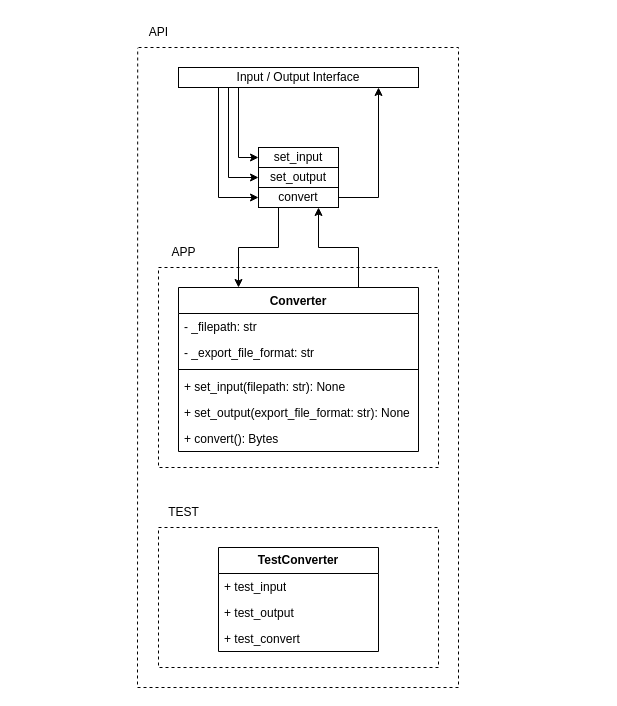
Earlier version of the draw.io diagram page "API_TEST" (3 of 4) of _readme/Diagram.drawio (ames0k0/TP--Audio-File-Converter). Source tidied: cells renumbered, new cells numbered last; positions are measured from the earlier drawing's top-left corner, leaving out a move shared by most shapes. Both pictures are drawn from the tidied source at 100%, with x=0, y=0 at pixel (137, 17).
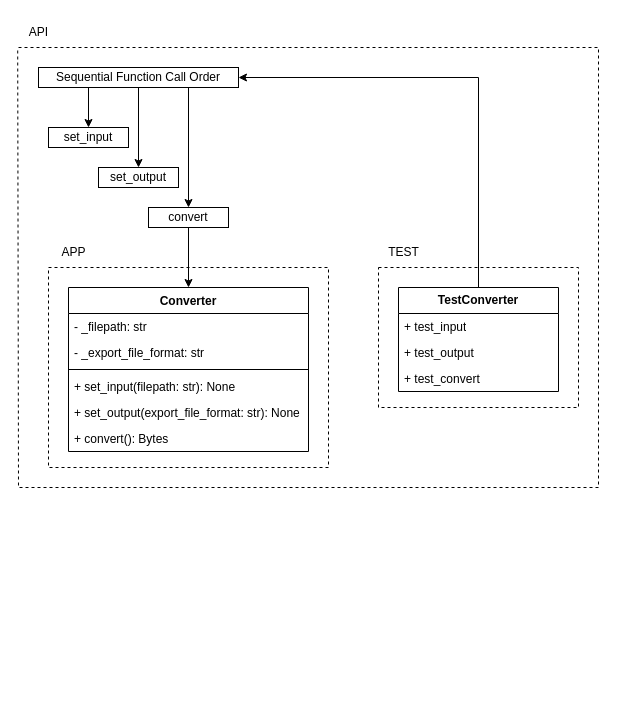
The same page after the edit.

Change to the diagram source:
```diff
@@
     <mxCell id="2" style="endArrow=none;dashed=1;html=1;rounded=0;entryX=-0.02;entryY=1.013;entryDx=0;entryDy=0;entryPerimeter=0;" parent="1" edge="1" target="3">
       <mxGeometry relative="1" as="geometry">
-        <mxPoint x="1" y="30" as="sourcePoint" />
+        <mxPoint x="-119" y="30" as="sourcePoint" />
         <Array as="points">
-          <mxPoint x="321" y="30" />
-          <mxPoint x="321" y="670" />
-          <mxPoint y="670" />
+          <mxPoint x="461" y="30" />
+          <mxPoint x="461" y="350" />
+          <mxPoint x="461" y="470" />
+          <mxPoint x="161" y="470" />
+          <mxPoint x="-119" y="470" />
         </Array>
       </mxGeometry>
     </mxCell>
     <mxCell id="3" value="API" style="text;html=1;align=center;verticalAlign=middle;points=[];strokeColor=none;fillColor=none;" parent="1" vertex="1">
-      <mxGeometry x="1" width="40" height="30" as="geometry" />
+      <mxGeometry x="-119" width="40" height="30" as="geometry" />
     </mxCell>
-    <mxCell id="4" style="edgeStyle=orthogonalEdgeStyle;rounded=0;jettySize=auto;html=1;exitX=0.25;exitY=1;exitDx=0;exitDy=0;entryX=0.25;entryY=0;entryDx=0;entryDy=0;" parent="1" edge="1" source="6" target="15">
+    <mxCell id="4" style="edgeStyle=orthogonalEdgeStyle;rounded=0;jettySize=auto;html=1;" parent="1" edge="1" source="6" target="15">
       <mxGeometry relative="1" as="geometry" />
     </mxCell>
-    <mxCell id="5" style="edgeStyle=orthogonalEdgeStyle;rounded=0;jettySize=auto;html=1;" parent="1" edge="1" source="6" target="10">
-      <mxGeometry relative="1" as="geometry">
-        <Array as="points">
-          <mxPoint x="241" y="180" />
-        </Array>
-      </mxGeometry>
-    </mxCell>
     <mxCell id="6" value="convert" style="whiteSpace=wrap;html=1;" parent="1" vertex="1">
-      <mxGeometry x="121" y="170" width="80" height="20" as="geometry" />
+      <mxGeometry x="11" y="190" width="80" height="20" as="geometry" />
     </mxCell>
-    <mxCell id="7" style="edgeStyle=orthogonalEdgeStyle;rounded=0;jettySize=auto;html=1;" parent="1" edge="1" source="10" target="11">
-      <mxGeometry relative="1" as="geometry">
-        <Array as="points">
-          <mxPoint x="101" y="140" />
-        </Array>
-      </mxGeometry>
+    <mxCell id="7" style="edgeStyle=orthogonalEdgeStyle;rounded=0;jettySize=auto;html=1;exitX=0.25;exitY=1;exitDx=0;exitDy=0;" parent="1" edge="1" source="10" target="11">
+      <mxGeometry relative="1" as="geometry" />
     </mxCell>
-    <mxCell id="8" style="edgeStyle=orthogonalEdgeStyle;rounded=0;jettySize=auto;html=1;" parent="1" edge="1" source="10" target="22">
-      <mxGeometry relative="1" as="geometry">
-        <Array as="points">
-          <mxPoint x="91" y="160" />
-        </Array>
-      </mxGeometry>
+    <mxCell id="8" style="edgeStyle=orthogonalEdgeStyle;rounded=0;jettySize=auto;html=1;entryX=0.5;entryY=0;entryDx=0;entryDy=0;" parent="1" edge="1" source="10" target="22">
+      <mxGeometry relative="1" as="geometry" />
     </mxCell>
-    <mxCell id="9" style="edgeStyle=orthogonalEdgeStyle;rounded=0;jettySize=auto;html=1;" parent="1" edge="1" source="10" target="6">
-      <mxGeometry relative="1" as="geometry">
-        <Array as="points">
-          <mxPoint x="81" y="180" />
-        </Array>
-      </mxGeometry>
+    <mxCell id="9" style="edgeStyle=orthogonalEdgeStyle;rounded=0;jettySize=auto;html=1;exitX=0.75;exitY=1;exitDx=0;exitDy=0;entryX=0.5;entryY=0;entryDx=0;entryDy=0;" parent="1" edge="1" source="10" target="6">
+      <mxGeometry relative="1" as="geometry" />
     </mxCell>
-    <mxCell id="10" value="Input / Output&amp;nbsp;&lt;span style=&quot;background-color: transparent; color: light-dark(rgb(0, 0, 0), rgb(255, 255, 255));&quot;&gt;Interface&lt;/span&gt;" style="whiteSpace=wrap;html=1;" parent="1" vertex="1">
-      <mxGeometry x="41" y="50" width="240" height="20" as="geometry" />
+    <mxCell id="10" value="Sequential Function Call Order" style="whiteSpace=wrap;html=1;" parent="1" vertex="1">
+      <mxGeometry x="-99" y="50" width="200" height="20" as="geometry" />
     </mxCell>
     <mxCell id="11" value="set_input" style="whiteSpace=wrap;html=1;" parent="1" vertex="1">
-      <mxGeometry x="121" y="130" width="80" height="20" as="geometry" />
+      <mxGeometry x="-89" y="110" width="80" height="20" as="geometry" />
     </mxCell>
     <mxCell id="12" style="endArrow=none;dashed=1;html=1;rounded=0;" parent="1" edge="1">
       <mxGeometry relative="1" as="geometry">
-        <mxPoint x="21" y="250" as="sourcePoint" />
-        <mxPoint x="21" y="250" as="targetPoint" />
+        <mxPoint x="-89" y="250" as="sourcePoint" />
+        <mxPoint x="-89" y="250" as="targetPoint" />
         <Array as="points">
-          <mxPoint x="161" y="250" />
-          <mxPoint x="301" y="250" />
-          <mxPoint x="301" y="450" />
-          <mxPoint x="21" y="450" />
+          <mxPoint x="51" y="250" />
+          <mxPoint x="191" y="250" />
+          <mxPoint x="191" y="450" />
+          <mxPoint x="-89" y="450" />
         </Array>
       </mxGeometry>
     </mxCell>
     <mxCell id="13" value="APP" style="text;html=1;align=center;verticalAlign=middle;strokeColor=none;fillColor=none;" parent="1" vertex="1">
-      <mxGeometry x="21" y="220" width="50" height="30" as="geometry" />
+      <mxGeometry x="-89" y="220" width="50" height="30" as="geometry" />
     </mxCell>
-    <mxCell id="14" style="edgeStyle=orthogonalEdgeStyle;rounded=0;jettySize=auto;html=1;exitX=0.75;exitY=0;exitDx=0;exitDy=0;entryX=0.75;entryY=1;entryDx=0;entryDy=0;" parent="1" edge="1" source="15" target="6">
-      <mxGeometry relative="1" as="geometry" />
-    </mxCell>
     <mxCell id="15" value="Converter" style="swimlane;fontStyle=1;align=center;verticalAlign=top;horizontal=1;startSize=26;whiteSpace=wrap;html=1;" parent="1" vertex="1">
-      <mxGeometry x="41" y="270" width="240" height="164" as="geometry" />
+      <mxGeometry x="-69" y="270" width="240" height="164" as="geometry" />
     </mxCell>
@@
     <mxCell id="22" value="set_output" style="whiteSpace=wrap;html=1;" parent="1" vertex="1">
-      <mxGeometry x="121" y="150" width="80" height="20" as="geometry" />
+      <mxGeometry x="-39" y="150" width="80" height="20" as="geometry" />
     </mxCell>
     <mxCell id="23" style="endArrow=none;dashed=1;html=1;rounded=0;" parent="1" edge="1">
       <mxGeometry relative="1" as="geometry">
-        <mxPoint x="21" y="510" as="sourcePoint" />
-        <mxPoint x="21" y="510" as="targetPoint" />
+        <mxPoint x="241" y="250" as="sourcePoint" />
+        <mxPoint x="241" y="250" as="targetPoint" />
         <Array as="points">
-          <mxPoint x="161" y="510" />
-          <mxPoint x="301" y="510" />
-          <mxPoint x="301" y="650" />
-          <mxPoint x="21" y="650" />
+          <mxPoint x="341" y="250" />
+          <mxPoint x="441" y="250" />
+          <mxPoint x="441" y="390" />
+          <mxPoint x="241" y="390" />
         </Array>
       </mxGeometry>
     </mxCell>
+    <mxCell id="29" style="edgeStyle=orthogonalEdgeStyle;rounded=0;jettySize=auto;html=1;" parent="1" edge="1" source="24" target="10">
+      <mxGeometry relative="1" as="geometry">
+        <Array as="points">
+          <mxPoint x="341" y="60" />
+        </Array>
+      </mxGeometry>
+    </mxCell>
     <mxCell id="24" value="&lt;b&gt;TestConverter&lt;/b&gt;" style="swimlane;fontStyle=0;horizontal=1;startSize=26;fillColor=none;whiteSpace=wrap;html=1;" parent="1" vertex="1">
-      <mxGeometry x="81" y="530" width="160" height="104" as="geometry" />
+      <mxGeometry x="261" y="270" width="160" height="104" as="geometry" />
     </mxCell>
@@
     <mxCell id="28" value="TEST" style="text;html=1;align=center;verticalAlign=middle;strokeColor=none;fillColor=none;" parent="1" vertex="1">
-      <mxGeometry x="21" y="480" width="50" height="30" as="geometry" />
+      <mxGeometry x="241" y="220" width="50" height="30" as="geometry" />
     </mxCell>
```
